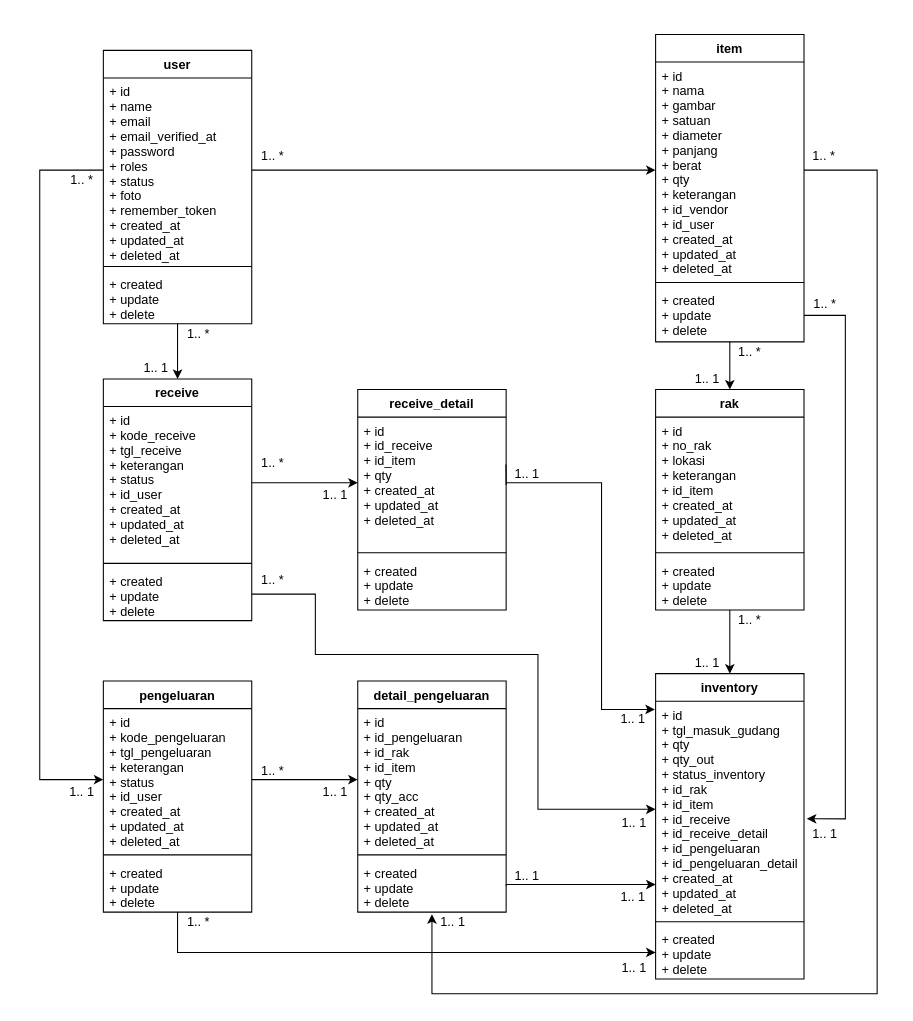
Earlier version of the draw.io diagram public/DOKUMENTASI/Class diagram.drawio (gurafwisandi/erp-warehouse-vertical). Source tidied: cells renumbered, new cells numbered last; positions are measured from the earlier drawing's top-left corner, leaving out a move shared by most shapes. Both pictures are drawn from the tidied source at 106%, with x=0, y=0 at pixel (18, 18).
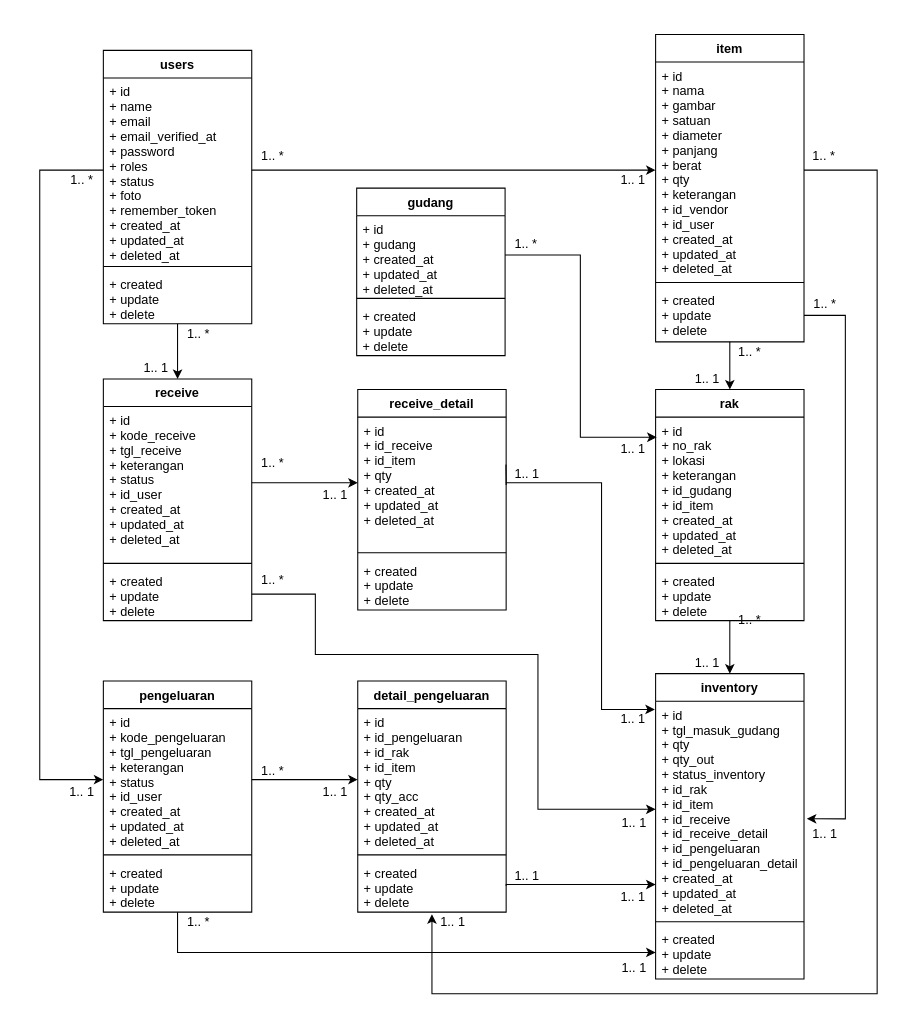
The same page after the edit.

The change refers to these unchanged cells:
```xml
<mxCell id="6" value="+ id&#10;+ name&#10;+ email&#10;+ email_verified_at&#10;+ password&#10;+ roles&#10;+ status&#10;+ foto&#10;+ remember_token&#10;+ created_at&#10;+ updated_at&#10;+ deleted_at" style="text;strokeColor=none;fillColor=none;align=left;verticalAlign=top;spacingLeft=4;spacingRight=4;overflow=hidden;points=[[0,0.5],[1,0.5]];portConstraint=eastwest;" parent="5" vertex="1">
  <mxGeometry y="26" width="140" height="174" as="geometry" />
</mxCell>
<mxCell id="13" value="+ id&#10;+ nama&#10;+ gambar&#10;+ satuan&#10;+ diameter&#10;+ panjang&#10;+ berat&#10;+ qty&#10;+ keterangan&#10;+ id_vendor&#10;+ id_user&#10;+ created_at&#10;+ updated_at&#10;+ deleted_at" style="text;strokeColor=none;fillColor=none;align=left;verticalAlign=top;spacingLeft=4;spacingRight=4;overflow=hidden;points=[[0,0.5],[1,0.5]];portConstraint=eastwest;" parent="12" vertex="1">
  <mxGeometry y="26" width="140" height="204" as="geometry" />
</mxCell>
```

The edit, as a diff of the source:
```diff
@@
-    <mxCell id="2" style="edgeStyle=orthogonalEdgeStyle;rounded=0;jettySize=auto;html=1;exitX=1;exitY=0.5;exitDx=0;exitDy=0;" parent="1" edge="1" source="6" target="13">
+    <mxCell id="2" style="edgeStyle=orthogonalEdgeStyle;rounded=0;jettySize=auto;html=1;exitX=1;exitY=0.5;exitDx=0;exitDy=0;entryX=0;entryY=0.5;entryDx=0;entryDy=0;" parent="1" edge="1" source="6" target="13">
       <mxGeometry relative="1" as="geometry" />
     </mxCell>
@@
-    <mxCell id="5" value="user" style="swimlane;fontStyle=1;align=center;verticalAlign=top;horizontal=1;startSize=26;" parent="1" vertex="1">
+    <mxCell id="5" value="users" style="swimlane;fontStyle=1;align=center;verticalAlign=top;horizontal=1;startSize=26;" parent="1" vertex="1">
       <mxGeometry x="80" y="30" width="140" height="258" as="geometry" />
     </mxCell>
@@
     <mxCell id="33" value="rak" style="swimlane;fontStyle=1;align=center;verticalAlign=top;horizontal=1;startSize=26;" parent="1" vertex="1">
-      <mxGeometry x="601" y="350" width="140" height="208" as="geometry" />
+      <mxGeometry x="601" y="350" width="140" height="218" as="geometry" />
     </mxCell>
-    <mxCell id="34" value="+ id&#10;+ no_rak&#10;+ lokasi&#10;+ keterangan&#10;+ id_item&#10;+ created_at&#10;+ updated_at&#10;+ deleted_at" style="text;strokeColor=none;fillColor=none;align=left;verticalAlign=top;spacingLeft=4;spacingRight=4;overflow=hidden;points=[[0,0.5],[1,0.5]];portConstraint=eastwest;" parent="33" vertex="1">
-      <mxGeometry y="26" width="140" height="124" as="geometry" />
+    <mxCell id="34" value="+ id&#10;+ no_rak&#10;+ lokasi&#10;+ keterangan&#10;+ id_gudang&#10;+ id_item&#10;+ created_at&#10;+ updated_at&#10;+ deleted_at" style="text;strokeColor=none;fillColor=none;align=left;verticalAlign=top;spacingLeft=4;spacingRight=4;overflow=hidden;points=[[0,0.5],[1,0.5]];portConstraint=eastwest;" parent="33" vertex="1">
+      <mxGeometry y="26" width="140" height="134" as="geometry" />
     </mxCell>
     <mxCell id="35" style="line;strokeWidth=1;fillColor=none;align=left;verticalAlign=middle;spacingTop=-1;spacingLeft=3;spacingRight=3;labelPosition=right;" parent="33" vertex="1">
-      <mxGeometry y="150" width="140" height="8" as="geometry" />
+      <mxGeometry y="160" width="140" height="8" as="geometry" />
     </mxCell>
     <mxCell id="36" value="+ created&#10;+ update&#10;+ delete" style="text;strokeColor=none;fillColor=none;align=left;verticalAlign=top;spacingLeft=4;spacingRight=4;overflow=hidden;" parent="33" vertex="1">
-      <mxGeometry y="158" width="140" height="50" as="geometry" />
+      <mxGeometry y="168" width="140" height="50" as="geometry" />
     </mxCell>
@@
+    <mxCell id="76" value="gudang" style="swimlane;fontStyle=1;align=center;verticalAlign=top;horizontal=1;startSize=26;" parent="1" vertex="1">
+      <mxGeometry x="319" y="160" width="140" height="158" as="geometry" />
+    </mxCell>
+    <mxCell id="77" value="+ id&#10;+ gudang&#10;+ created_at&#10;+ updated_at&#10;+ deleted_at" style="text;strokeColor=none;fillColor=none;align=left;verticalAlign=top;spacingLeft=4;spacingRight=4;overflow=hidden;points=[[0,0.5],[1,0.5]];portConstraint=eastwest;" parent="76" vertex="1">
+      <mxGeometry y="26" width="140" height="74" as="geometry" />
+    </mxCell>
+    <mxCell id="78" style="line;strokeWidth=1;fillColor=none;align=left;verticalAlign=middle;spacingTop=-1;spacingLeft=3;spacingRight=3;labelPosition=right;" parent="76" vertex="1">
+      <mxGeometry y="100" width="140" height="8" as="geometry" />
+    </mxCell>
+    <mxCell id="79" value="+ created&#10;+ update&#10;+ delete" style="text;strokeColor=none;fillColor=none;align=left;verticalAlign=top;spacingLeft=4;spacingRight=4;overflow=hidden;" parent="76" vertex="1">
+      <mxGeometry y="108" width="140" height="50" as="geometry" />
+    </mxCell>
+    <mxCell id="80" value="1.. *" style="text;html=1;strokeColor=none;fillColor=none;align=center;verticalAlign=middle;whiteSpace=wrap;rounded=0;" parent="1" vertex="1">
+      <mxGeometry x="459" y="203" width="40" height="20" as="geometry" />
+    </mxCell>
+    <mxCell id="81" style="edgeStyle=orthogonalEdgeStyle;rounded=0;jettySize=auto;html=1;entryX=0.007;entryY=0.142;entryDx=0;entryDy=0;entryPerimeter=0;" parent="1" edge="1" source="77" target="34">
+      <mxGeometry relative="1" as="geometry" />
+    </mxCell>
+    <mxCell id="82" value="1.. 1" style="text;html=1;strokeColor=none;fillColor=none;align=center;verticalAlign=middle;whiteSpace=wrap;rounded=0;" parent="1" vertex="1">
+      <mxGeometry x="560" y="143" width="40" height="20" as="geometry" />
+    </mxCell>
+    <mxCell id="83" value="1.. 1" style="text;html=1;strokeColor=none;fillColor=none;align=center;verticalAlign=middle;whiteSpace=wrap;rounded=0;" parent="1" vertex="1">
+      <mxGeometry x="560" y="396" width="40" height="20" as="geometry" />
+    </mxCell>
```
